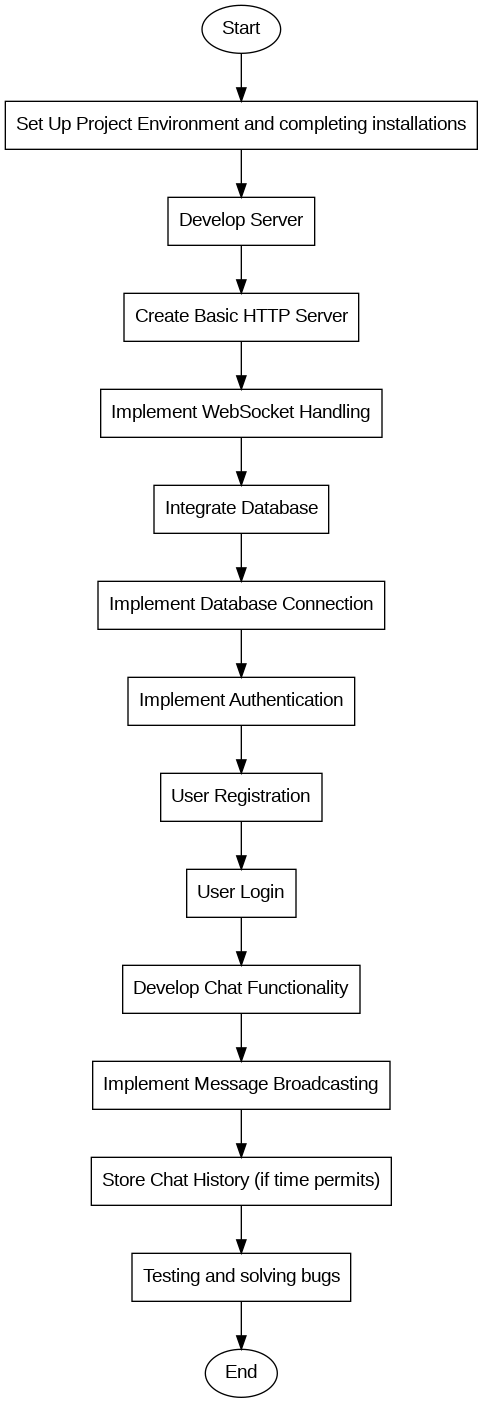
shreya12ojha/GoTalk keeps this Graphviz diagram as Presentation/Graphviz files/Images/implementation.png. Above is the earlier version. Its source is kept beside it as Presentation/Graphviz files/implementation.dot. Source of this version:
```dot
digraph G {
    node [fontname="Arial"];

    Start [shape=ellipse, label="Start"];
    SetupEnv [shape=box, label="Set Up Project Environment and completing installations"];

    DevelopServer [shape=box, label="Develop Server"];
    CreateHTTPServer [shape=box, label="Create Basic HTTP Server"];
    ImplementWebSocket [shape=box, label="Implement WebSocket Handling"];

    IntegrateDB [shape=box, label="Integrate Database"];

    ImplementDBConnection [shape=box, label="Implement Database Connection"];

    ImplementAuth [shape=box, label="Implement Authentication"];
    UserRegistration [shape=box, label="User Registration"];
    UserLogin [shape=box, label="User Login"];

    DevelopChat [shape=box, label="Develop Chat Functionality"];

    MessageBroadcast [shape=box, label="Implement Message Broadcasting"];
    StoreChatHistory [shape=box, label="Store Chat History (if time permits)"];

    Testing [shape=box, label="Testing and solving bugs"];


    End [shape=ellipse, label="End"];

    Start -> SetupEnv ;
    SetupEnv -> DevelopServer;
    DevelopServer -> CreateHTTPServer;
    CreateHTTPServer -> ImplementWebSocket;
    ImplementWebSocket -> IntegrateDB;
    IntegrateDB -> ImplementDBConnection;
    ImplementDBConnection -> ImplementAuth;
    ImplementAuth -> UserRegistration;
    UserRegistration -> UserLogin;
    UserLogin -> DevelopChat;
    DevelopChat  -> MessageBroadcast;
    MessageBroadcast -> StoreChatHistory;
    StoreChatHistory -> Testing;
    Testing -> End;
}
```
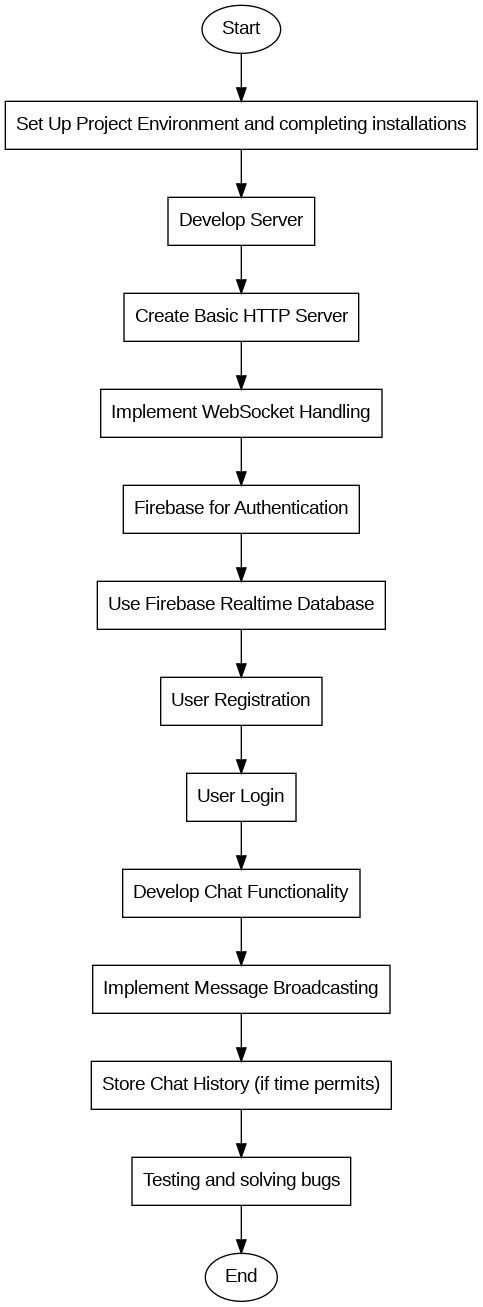
The same diagram one commit later.

What changed in the source:
```diff
@@ -3,37 +3,26 @@
 
     Start [shape=ellipse, label="Start"];
     SetupEnv [shape=box, label="Set Up Project Environment and completing installations"];
-
     DevelopServer [shape=box, label="Develop Server"];
     CreateHTTPServer [shape=box, label="Create Basic HTTP Server"];
     ImplementWebSocket [shape=box, label="Implement WebSocket Handling"];
-
-    IntegrateDB [shape=box, label="Integrate Database"];
-
-    ImplementDBConnection [shape=box, label="Implement Database Connection"];
-
-    ImplementAuth [shape=box, label="Implement Authentication"];
+    ImplementAuth [shape=box, label="Firebase for Authentication"];
+    ImplementDBConnection [shape=box, label="Use Firebase Realtime Database"];
     UserRegistration [shape=box, label="User Registration"];
     UserLogin [shape=box, label="User Login"];
-
     DevelopChat [shape=box, label="Develop Chat Functionality"];
-
     MessageBroadcast [shape=box, label="Implement Message Broadcasting"];
     StoreChatHistory [shape=box, label="Store Chat History (if time permits)"];
-
     Testing [shape=box, label="Testing and solving bugs"];
-
-
     End [shape=ellipse, label="End"];
 
     Start -> SetupEnv ;
     SetupEnv -> DevelopServer;
     DevelopServer -> CreateHTTPServer;
     CreateHTTPServer -> ImplementWebSocket;
-    ImplementWebSocket -> IntegrateDB;
-    IntegrateDB -> ImplementDBConnection;
-    ImplementDBConnection -> ImplementAuth;
-    ImplementAuth -> UserRegistration;
+    ImplementWebSocket -> ImplementAuth;
+    ImplementAuth -> ImplementDBConnection;
+    ImplementDBConnection -> UserRegistration;
     UserRegistration -> UserLogin;
     UserLogin -> DevelopChat;
     DevelopChat  -> MessageBroadcast;
```
